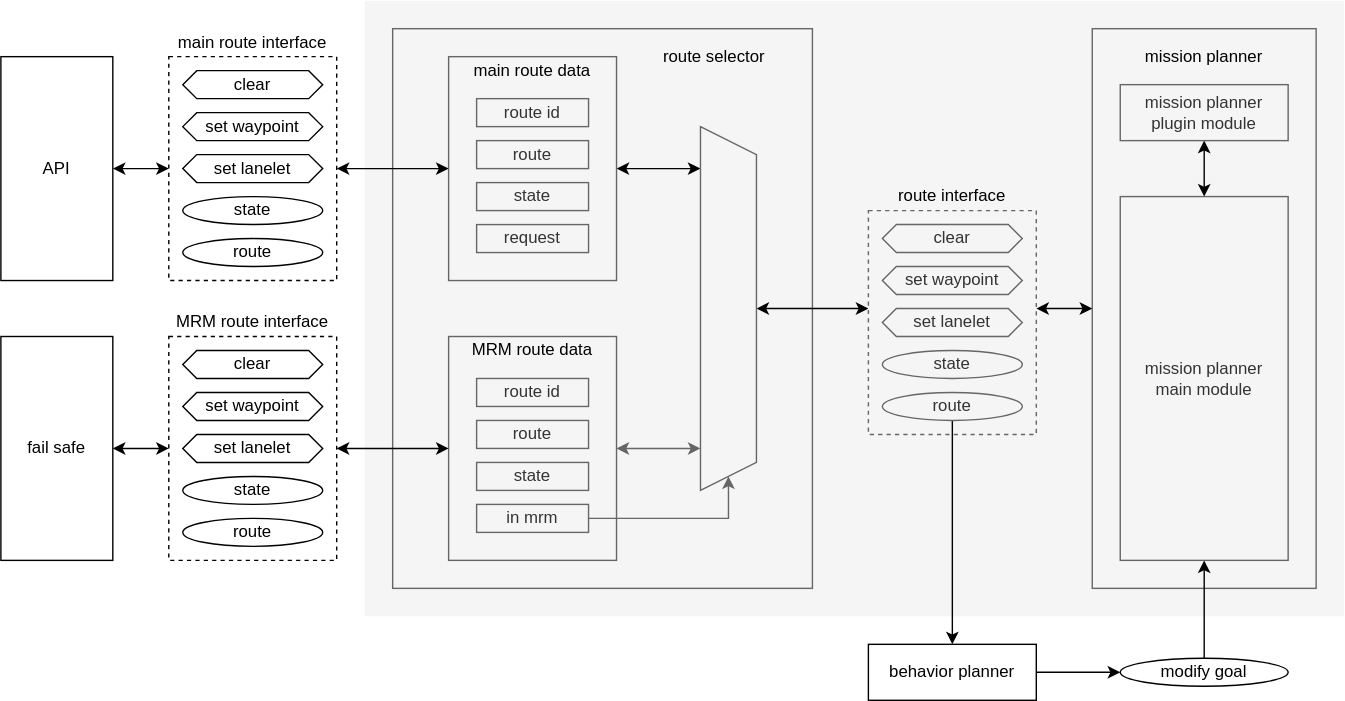
Earlier version of the draw.io export planning/mission_planner/media/architecture.drawio.svg (autowarefoundation/autoware.universe). Source tidied: cells renumbered, new cells last; positions are measured from the earlier drawing's top-left corner, leaving out a move shared by most shapes.
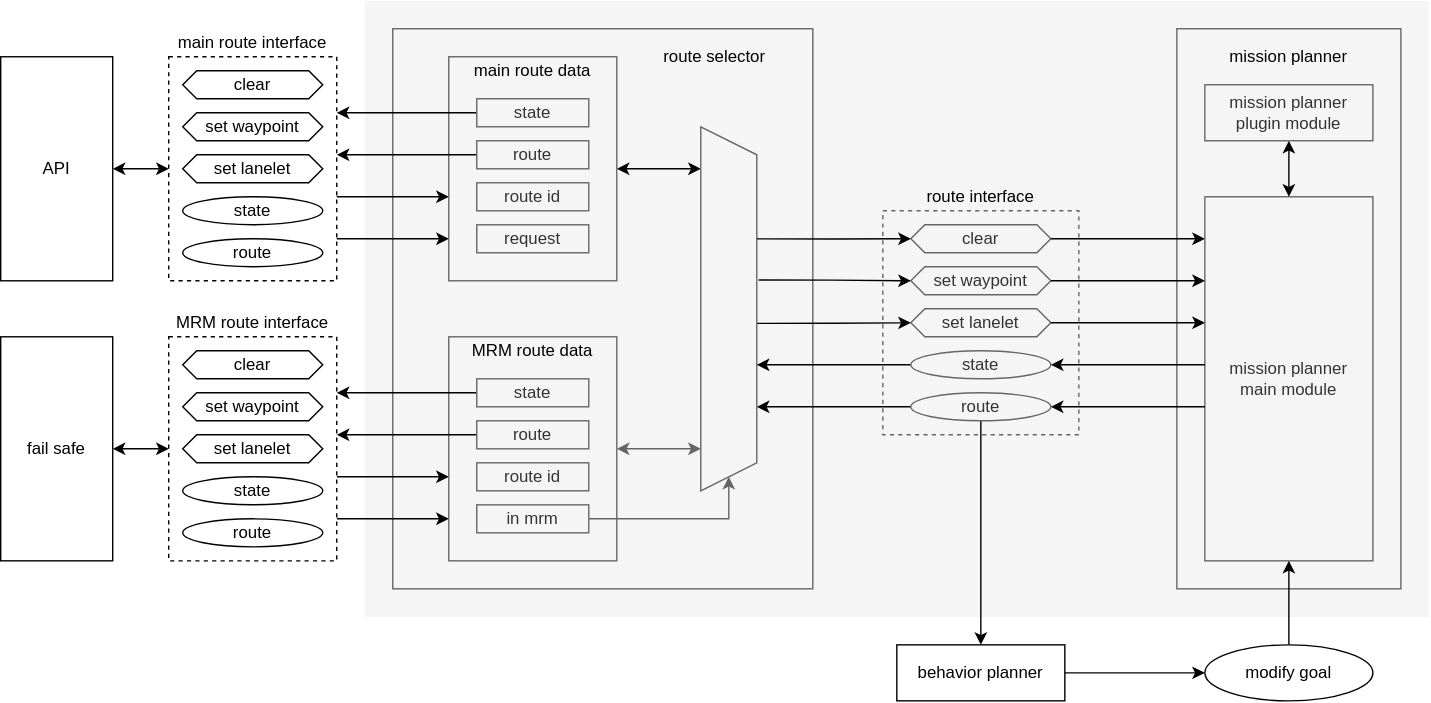
Later version of the same file.

What changed in the source:
```diff
@@ -3,10 +3,10 @@
     <mxCell id="0" />
     <mxCell id="1" parent="0" />
     <mxCell id="2" style="rounded=0;whiteSpace=wrap;html=1;fillColor=#f5f5f5;fontColor=#333333;strokeColor=none;" parent="1" vertex="1">
-      <mxGeometry x="260" width="700" height="440" as="geometry" />
+      <mxGeometry x="260" width="760" height="440" as="geometry" />
     </mxCell>
     <mxCell id="3" style="rounded=0;whiteSpace=wrap;html=1;fillColor=#f5f5f5;fontColor=#333333;strokeColor=#666666;" parent="1" vertex="1">
-      <mxGeometry x="780" y="20" width="160" height="400" as="geometry" />
+      <mxGeometry x="840" y="20" width="160" height="400" as="geometry" />
     </mxCell>
     <mxCell id="4" style="rounded=0;whiteSpace=wrap;html=1;fillColor=#f5f5f5;fontColor=#333333;strokeColor=#666666;" parent="1" vertex="1">
       <mxGeometry x="280" y="20" width="300" height="400" as="geometry" />
@@ -19,14 +19,11 @@
     <mxCell id="6" style="rounded=0;whiteSpace=wrap;html=1;fillColor=#f5f5f5;fontColor=#333333;strokeColor=#666666;" parent="1" vertex="1">
       <mxGeometry x="320" y="240" width="120" height="160" as="geometry" />
     </mxCell>
-    <mxCell id="7" style="edgeStyle=none;html=1;startArrow=classic;startFill=1;" parent="1" edge="1" source="8" target="29">
-      <mxGeometry relative="1" as="geometry" />
-    </mxCell>
     <mxCell id="8" style="rounded=0;whiteSpace=wrap;html=1;dashed=1;" parent="1" vertex="1">
       <mxGeometry x="120" y="40" width="120" height="160" as="geometry" />
     </mxCell>
     <mxCell id="9" value="mission planner&lt;br&gt;main module" style="rounded=0;whiteSpace=wrap;html=1;fillColor=#f5f5f5;fontColor=#333333;strokeColor=#666666;" parent="1" vertex="1">
-      <mxGeometry x="800" y="140" width="120" height="260" as="geometry" />
+      <mxGeometry x="860" y="140" width="120" height="260" as="geometry" />
     </mxCell>
     <mxCell id="10" value="state" style="ellipse;whiteSpace=wrap;html=1;" parent="1" vertex="1">
       <mxGeometry x="130" y="140" width="100" height="20" as="geometry" />
@@ -46,9 +43,24 @@
     <mxCell id="15" value="main route interface" style="text;html=1;strokeColor=none;fillColor=none;align=center;verticalAlign=middle;whiteSpace=wrap;rounded=0;" parent="1" vertex="1">
       <mxGeometry x="120" y="20" width="120" height="20" as="geometry" />
     </mxCell>
-    <mxCell id="16" style="edgeStyle=none;html=1;startArrow=classic;startFill=1;" parent="1" edge="1" source="17" target="6">
-      <mxGeometry relative="1" as="geometry" />
-    </mxCell>
+    <mxCell id="60" style="edgeStyle=orthogonalEdgeStyle;rounded=0;html=1;" parent="1" edge="1" source="17">
+      <mxGeometry relative="1" as="geometry">
+        <mxPoint x="320" y="340" as="targetPoint" />
+        <Array as="points">
+          <mxPoint x="270" y="340" />
+          <mxPoint x="270" y="340" />
+        </Array>
+      </mxGeometry>
+    </mxCell>
+    <mxCell id="61" style="edgeStyle=orthogonalEdgeStyle;rounded=0;html=1;" parent="1" edge="1" source="17">
+      <mxGeometry relative="1" as="geometry">
+        <mxPoint x="320" y="370" as="targetPoint" />
+        <Array as="points">
+          <mxPoint x="270" y="370" />
+          <mxPoint x="270" y="370" />
+        </Array>
+      </mxGeometry>
+    </mxCell>
     <mxCell id="17" style="rounded=0;whiteSpace=wrap;html=1;dashed=1;" parent="1" vertex="1">
       <mxGeometry x="120" y="240" width="120" height="160" as="geometry" />
     </mxCell>
@@ -91,25 +103,52 @@
       <mxGeometry x="320" y="40" width="120" height="160" as="geometry" />
     </mxCell>
     <mxCell id="30" value="route id" style="rounded=0;whiteSpace=wrap;html=1;fillColor=#f5f5f5;fontColor=#333333;strokeColor=#666666;" parent="1" vertex="1">
-      <mxGeometry x="340" y="70" width="80" height="20" as="geometry" />
+      <mxGeometry x="340" y="130" width="80" height="20" as="geometry" />
     </mxCell>
+    <mxCell id="62" style="edgeStyle=orthogonalEdgeStyle;html=1;rounded=0;" parent="1" edge="1" source="31" target="8">
+      <mxGeometry relative="1" as="geometry">
+        <Array as="points">
+          <mxPoint x="260" y="110" />
+          <mxPoint x="260" y="110" />
+        </Array>
+      </mxGeometry>
+    </mxCell>
     <mxCell id="31" value="route" style="rounded=0;whiteSpace=wrap;html=1;fillColor=#f5f5f5;fontColor=#333333;strokeColor=#666666;" parent="1" vertex="1">
       <mxGeometry x="340" y="100" width="80" height="20" as="geometry" />
     </mxCell>
+    <mxCell id="63" style="edgeStyle=orthogonalEdgeStyle;html=1;rounded=0;entryX=1;entryY=0.25;entryDx=0;entryDy=0;" parent="1" edge="1" source="32" target="8">
+      <mxGeometry relative="1" as="geometry" />
+    </mxCell>
     <mxCell id="32" value="state" style="rounded=0;whiteSpace=wrap;html=1;fillColor=#f5f5f5;fontColor=#333333;strokeColor=#666666;" parent="1" vertex="1">
-      <mxGeometry x="340" y="130" width="80" height="20" as="geometry" />
+      <mxGeometry x="340" y="70" width="80" height="20" as="geometry" />
     </mxCell>
     <mxCell id="33" value="request" style="rounded=0;whiteSpace=wrap;html=1;fillColor=#f5f5f5;fontColor=#333333;strokeColor=#666666;" parent="1" vertex="1">
       <mxGeometry x="340" y="160" width="80" height="20" as="geometry" />
     </mxCell>
     <mxCell id="34" value="route id" style="rounded=0;whiteSpace=wrap;html=1;fillColor=#f5f5f5;fontColor=#333333;strokeColor=#666666;" parent="1" vertex="1">
-      <mxGeometry x="340" y="270" width="80" height="20" as="geometry" />
+      <mxGeometry x="340" y="330" width="80" height="20" as="geometry" />
     </mxCell>
+    <mxCell id="64" style="edgeStyle=orthogonalEdgeStyle;rounded=0;html=1;" parent="1" edge="1" source="35" target="17">
+      <mxGeometry relative="1" as="geometry">
+        <Array as="points">
+          <mxPoint x="270" y="310" />
+          <mxPoint x="270" y="310" />
+        </Array>
+      </mxGeometry>
+    </mxCell>
     <mxCell id="35" value="route" style="rounded=0;whiteSpace=wrap;html=1;fillColor=#f5f5f5;fontColor=#333333;strokeColor=#666666;" parent="1" vertex="1">
       <mxGeometry x="340" y="300" width="80" height="20" as="geometry" />
     </mxCell>
+    <mxCell id="65" style="edgeStyle=orthogonalEdgeStyle;rounded=0;html=1;" parent="1" edge="1" source="36" target="17">
+      <mxGeometry relative="1" as="geometry">
+        <Array as="points">
+          <mxPoint x="270" y="280" />
+          <mxPoint x="270" y="280" />
+        </Array>
+      </mxGeometry>
+    </mxCell>
     <mxCell id="36" value="state" style="rounded=0;whiteSpace=wrap;html=1;fillColor=#f5f5f5;fontColor=#333333;strokeColor=#666666;" parent="1" vertex="1">
-      <mxGeometry x="340" y="330" width="80" height="20" as="geometry" />
+      <mxGeometry x="340" y="270" width="80" height="20" as="geometry" />
     </mxCell>
     <mxCell id="37" style="edgeStyle=orthogonalEdgeStyle;rounded=0;html=1;startArrow=none;startFill=0;fillColor=#f5f5f5;strokeColor=#666666;" parent="1" edge="1" source="38" target="42">
       <mxGeometry relative="1" as="geometry">
@@ -127,48 +166,42 @@
     <mxCell id="40" value="MRM route data" style="text;html=1;strokeColor=none;fillColor=none;align=center;verticalAlign=middle;whiteSpace=wrap;rounded=0;dashed=1;" parent="1" vertex="1">
       <mxGeometry x="320" y="240" width="120" height="20" as="geometry" />
     </mxCell>
-    <mxCell id="41" style="edgeStyle=orthogonalEdgeStyle;rounded=0;html=1;startArrow=classic;startFill=1;" parent="1" edge="1" source="42" target="44">
-      <mxGeometry relative="1" as="geometry">
-        <Array as="points">
-          <mxPoint x="600" y="220" />
-          <mxPoint x="600" y="220" />
-        </Array>
-      </mxGeometry>
-    </mxCell>
     <mxCell id="42" style="shape=trapezoid;perimeter=trapezoidPerimeter;whiteSpace=wrap;html=1;fixedSize=1;rotation=90;fillColor=#f5f5f5;fontColor=#333333;strokeColor=#666666;" parent="1" vertex="1">
       <mxGeometry x="390" y="200" width="260" height="40" as="geometry" />
     </mxCell>
-    <mxCell id="43" style="edgeStyle=orthogonalEdgeStyle;rounded=0;html=1;startArrow=classic;startFill=1;" parent="1" edge="1" source="44" target="3">
-      <mxGeometry relative="1" as="geometry">
-        <Array as="points">
-          <mxPoint x="750" y="220" />
-          <mxPoint x="750" y="220" />
-        </Array>
-      </mxGeometry>
-    </mxCell>
     <mxCell id="44" style="rounded=0;whiteSpace=wrap;html=1;dashed=1;fillColor=#f5f5f5;fontColor=#333333;strokeColor=#666666;" parent="1" vertex="1">
-      <mxGeometry x="620" y="150" width="120" height="160" as="geometry" />
+      <mxGeometry x="630" y="150" width="140" height="160" as="geometry" />
     </mxCell>
     <mxCell id="45" style="edgeStyle=orthogonalEdgeStyle;rounded=0;html=1;startArrow=none;startFill=0;" parent="1" edge="1" source="46" target="54">
       <mxGeometry relative="1" as="geometry" />
     </mxCell>
+    <mxCell id="66" style="edgeStyle=orthogonalEdgeStyle;rounded=0;html=1;" parent="1" edge="1" source="46">
+      <mxGeometry relative="1" as="geometry">
+        <mxPoint x="540" y="290" as="targetPoint" />
+      </mxGeometry>
+    </mxCell>
     <mxCell id="46" value="route" style="ellipse;whiteSpace=wrap;html=1;fillColor=#f5f5f5;fontColor=#333333;strokeColor=#666666;" parent="1" vertex="1">
-      <mxGeometry x="630" y="280" width="100" height="20" as="geometry" />
+      <mxGeometry x="650" y="280" width="100" height="20" as="geometry" />
     </mxCell>
+    <mxCell id="67" style="edgeStyle=orthogonalEdgeStyle;rounded=0;html=1;" parent="1" edge="1" source="47">
+      <mxGeometry relative="1" as="geometry">
+        <mxPoint x="540" y="260" as="targetPoint" />
+      </mxGeometry>
+    </mxCell>
     <mxCell id="47" value="state" style="ellipse;whiteSpace=wrap;html=1;fillColor=#f5f5f5;fontColor=#333333;strokeColor=#666666;" parent="1" vertex="1">
-      <mxGeometry x="630" y="250" width="100" height="20" as="geometry" />
+      <mxGeometry x="650" y="250" width="100" height="20" as="geometry" />
     </mxCell>
     <mxCell id="48" value="set waypoint" style="shape=hexagon;perimeter=hexagonPerimeter2;whiteSpace=wrap;html=1;fixedSize=1;size=10;fillColor=#f5f5f5;fontColor=#333333;strokeColor=#666666;" parent="1" vertex="1">
-      <mxGeometry x="630" y="190" width="100" height="20" as="geometry" />
+      <mxGeometry x="650" y="190" width="100" height="20" as="geometry" />
     </mxCell>
     <mxCell id="49" value="clear" style="shape=hexagon;perimeter=hexagonPerimeter2;whiteSpace=wrap;html=1;fixedSize=1;size=10;fillColor=#f5f5f5;fontColor=#333333;strokeColor=#666666;" parent="1" vertex="1">
-      <mxGeometry x="630" y="160" width="100" height="20" as="geometry" />
+      <mxGeometry x="650" y="160" width="100" height="20" as="geometry" />
     </mxCell>
     <mxCell id="50" value="set lanelet" style="shape=hexagon;perimeter=hexagonPerimeter2;whiteSpace=wrap;html=1;fixedSize=1;size=10;fillColor=#f5f5f5;fontColor=#333333;strokeColor=#666666;" parent="1" vertex="1">
-      <mxGeometry x="630" y="220" width="100" height="20" as="geometry" />
+      <mxGeometry x="650" y="220" width="100" height="20" as="geometry" />
     </mxCell>
     <mxCell id="51" value="route interface" style="text;html=1;strokeColor=none;fillColor=none;align=center;verticalAlign=middle;whiteSpace=wrap;rounded=0;" parent="1" vertex="1">
-      <mxGeometry x="620" y="130" width="120" height="20" as="geometry" />
+      <mxGeometry x="640" y="130" width="120" height="20" as="geometry" />
     </mxCell>
     <mxCell id="52" value="route selector" style="text;html=1;strokeColor=none;fillColor=none;align=center;verticalAlign=middle;whiteSpace=wrap;rounded=0;" parent="1" vertex="1">
       <mxGeometry x="450" y="30" width="120" height="20" as="geometry" />
@@ -177,22 +210,89 @@
       <mxGeometry relative="1" as="geometry" />
     </mxCell>
     <mxCell id="54" value="behavior planner" style="rounded=0;whiteSpace=wrap;html=1;" parent="1" vertex="1">
-      <mxGeometry x="620" y="460" width="120" height="40" as="geometry" />
+      <mxGeometry x="640" y="460" width="120" height="40" as="geometry" />
     </mxCell>
     <mxCell id="55" style="edgeStyle=orthogonalEdgeStyle;rounded=0;html=1;startArrow=none;startFill=0;" parent="1" edge="1" source="56" target="9">
       <mxGeometry relative="1" as="geometry" />
     </mxCell>
     <mxCell id="56" value="modify goal" style="ellipse;whiteSpace=wrap;html=1;" parent="1" vertex="1">
-      <mxGeometry x="800" y="470" width="120" height="20" as="geometry" />
+      <mxGeometry x="860" y="460" width="120" height="40" as="geometry" />
     </mxCell>
     <mxCell id="57" style="edgeStyle=orthogonalEdgeStyle;rounded=0;html=1;startArrow=classic;startFill=1;" parent="1" edge="1" source="58" target="9">
       <mxGeometry relative="1" as="geometry" />
     </mxCell>
     <mxCell id="58" value="mission planner&lt;br&gt;plugin module" style="rounded=0;whiteSpace=wrap;html=1;fillColor=#f5f5f5;fontColor=#333333;strokeColor=#666666;" parent="1" vertex="1">
-      <mxGeometry x="800" y="60" width="120" height="40" as="geometry" />
+      <mxGeometry x="860" y="60" width="120" height="40" as="geometry" />
     </mxCell>
     <mxCell id="59" value="mission planner" style="text;html=1;strokeColor=none;fillColor=none;align=center;verticalAlign=middle;whiteSpace=wrap;rounded=0;" parent="1" vertex="1">
-      <mxGeometry x="800" y="30" width="120" height="20" as="geometry" />
+      <mxGeometry x="860" y="30" width="120" height="20" as="geometry" />
     </mxCell>
+    <mxCell id="68" style="edgeStyle=orthogonalEdgeStyle;rounded=0;html=1;" parent="1" edge="1" source="8">
+      <mxGeometry relative="1" as="geometry">
+        <mxPoint x="320" y="140" as="targetPoint" />
+        <Array as="points">
+          <mxPoint x="270" y="140" />
+          <mxPoint x="270" y="140" />
+        </Array>
+      </mxGeometry>
+    </mxCell>
+    <mxCell id="69" style="edgeStyle=orthogonalEdgeStyle;rounded=0;html=1;" parent="1" edge="1" source="8">
+      <mxGeometry relative="1" as="geometry">
+        <mxPoint x="320" y="170" as="targetPoint" />
+        <Array as="points">
+          <mxPoint x="270" y="170" />
+          <mxPoint x="270" y="170" />
+        </Array>
+      </mxGeometry>
+    </mxCell>
+    <mxCell id="70" style="edgeStyle=orthogonalEdgeStyle;rounded=0;html=1;exitX=0.54;exitY=-0.008;exitDx=0;exitDy=0;exitPerimeter=0;" parent="1" edge="1" source="42" target="50">
+      <mxGeometry relative="1" as="geometry" />
+    </mxCell>
+    <mxCell id="71" style="edgeStyle=orthogonalEdgeStyle;rounded=0;html=1;exitX=0.421;exitY=-0.032;exitDx=0;exitDy=0;exitPerimeter=0;" parent="1" edge="1" source="42" target="48">
+      <mxGeometry relative="1" as="geometry" />
+    </mxCell>
+    <mxCell id="72" style="edgeStyle=orthogonalEdgeStyle;rounded=0;html=1;exitX=0.308;exitY=0;exitDx=0;exitDy=0;exitPerimeter=0;entryX=0;entryY=0.5;entryDx=0;entryDy=0;" parent="1" edge="1" source="42" target="49">
+      <mxGeometry relative="1" as="geometry" />
+    </mxCell>
+    <mxCell id="73" style="edgeStyle=orthogonalEdgeStyle;rounded=0;html=1;" parent="1" edge="1" source="9" target="46">
+      <mxGeometry relative="1" as="geometry">
+        <Array as="points">
+          <mxPoint x="830" y="290" />
+          <mxPoint x="830" y="290" />
+        </Array>
+      </mxGeometry>
+    </mxCell>
+    <mxCell id="74" style="edgeStyle=orthogonalEdgeStyle;rounded=0;html=1;" parent="1" edge="1" source="49" target="9">
+      <mxGeometry relative="1" as="geometry">
+        <Array as="points">
+          <mxPoint x="830" y="170" />
+          <mxPoint x="830" y="170" />
+        </Array>
+      </mxGeometry>
+    </mxCell>
+    <mxCell id="75" style="edgeStyle=orthogonalEdgeStyle;rounded=0;html=1;exitX=1;exitY=0.5;exitDx=0;exitDy=0;" parent="1" edge="1" source="48" target="9">
+      <mxGeometry relative="1" as="geometry">
+        <Array as="points">
+          <mxPoint x="830" y="200" />
+          <mxPoint x="830" y="200" />
+        </Array>
+      </mxGeometry>
+    </mxCell>
+    <mxCell id="76" style="edgeStyle=orthogonalEdgeStyle;rounded=0;html=1;exitX=1;exitY=0.5;exitDx=0;exitDy=0;" parent="1" edge="1" source="50" target="9">
+      <mxGeometry relative="1" as="geometry">
+        <Array as="points">
+          <mxPoint x="830" y="230" />
+          <mxPoint x="830" y="230" />
+        </Array>
+      </mxGeometry>
+    </mxCell>
+    <mxCell id="77" style="edgeStyle=orthogonalEdgeStyle;rounded=0;html=1;" parent="1" edge="1" source="9" target="47">
+      <mxGeometry relative="1" as="geometry">
+        <Array as="points">
+          <mxPoint x="800" y="260" />
+          <mxPoint x="800" y="260" />
+        </Array>
+      </mxGeometry>
+    </mxCell>
   </root>
 </mxGraphModel>
```
